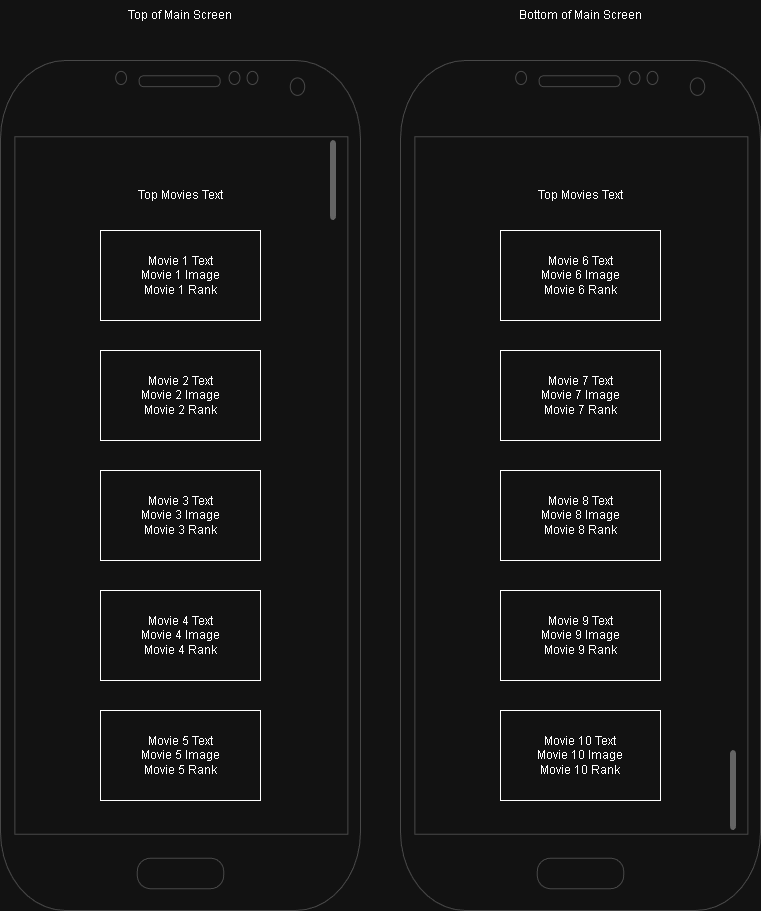
Before: Week 4/TopMovies/docs/Top10Movies.drawio.png, a diagram exported from draw.io (wantabe/IST236_2026). Source tidied: cells renumbered, new cells last; positions are measured from the earlier drawing's top-left corner, leaving out a move shared by most shapes. Its diagram source:
```xml
<mxGraphModel>
  <root>
    <mxCell id="0" />
    <mxCell id="1" parent="0" />
    <mxCell id="2" style="verticalLabelPosition=bottom;verticalAlign=top;html=1;shadow=0;dashed=0;strokeWidth=1;shape=mxgraph.android.phone2;strokeColor=#c0c0c0;" parent="1" vertex="1">
      <mxGeometry y="60" width="360" height="850" as="geometry" />
    </mxCell>
    <mxCell id="3" style="html=1;verticalLabelPosition=bottom;labelBackgroundColor=#ffffff;verticalAlign=top;shadow=0;dashed=0;strokeWidth=2;shape=mxgraph.ios7.misc.scroll_(vertical);fillColor=#a0a0a0;" parent="1" vertex="1">
      <mxGeometry x="330" y="140" width="6" height="80" as="geometry" />
    </mxCell>
    <mxCell id="4" value="Top Movies Text" style="text;html=1;whiteSpace=wrap;strokeColor=none;fillColor=none;align=center;verticalAlign=middle;rounded=0;" parent="1" vertex="1">
      <mxGeometry x="125" y="180" width="110" height="30" as="geometry" />
    </mxCell>
    <mxCell id="5" value="Top of Main Screen" style="text;html=1;whiteSpace=wrap;strokeColor=none;fillColor=none;align=center;verticalAlign=middle;rounded=0;" parent="1" vertex="1">
      <mxGeometry x="120" width="120" height="30" as="geometry" />
    </mxCell>
    <mxCell id="6" value="Movie 1 Text&lt;div&gt;Movie 1 Image&lt;/div&gt;&lt;div&gt;Movie 1 Rank&lt;/div&gt;" style="rounded=0;whiteSpace=wrap;html=1;" parent="1" vertex="1">
      <mxGeometry x="100" y="230" width="160" height="90" as="geometry" />
    </mxCell>
    <mxCell id="7" value="Movie 2 Text&lt;div&gt;Movie 2 Image&lt;/div&gt;&lt;div&gt;Movie 2 Rank&lt;/div&gt;" style="rounded=0;whiteSpace=wrap;html=1;" parent="1" vertex="1">
      <mxGeometry x="100" y="350" width="160" height="90" as="geometry" />
    </mxCell>
    <mxCell id="8" value="Movie 3 Text&lt;div&gt;Movie 3 Image&lt;/div&gt;&lt;div&gt;Movie 3 Rank&lt;/div&gt;" style="rounded=0;whiteSpace=wrap;html=1;" parent="1" vertex="1">
      <mxGeometry x="100" y="470" width="160" height="90" as="geometry" />
    </mxCell>
    <mxCell id="9" value="Movie 4 Text&lt;div&gt;Movie 4 Image&lt;/div&gt;&lt;div&gt;Movie 4 Rank&lt;/div&gt;" style="rounded=0;whiteSpace=wrap;html=1;" parent="1" vertex="1">
      <mxGeometry x="100" y="590" width="160" height="90" as="geometry" />
    </mxCell>
    <mxCell id="10" value="Movie 5 Text&lt;div&gt;Movie 5 Image&lt;/div&gt;&lt;div&gt;Movie 5 Rank&lt;/div&gt;" style="rounded=0;whiteSpace=wrap;html=1;" parent="1" vertex="1">
      <mxGeometry x="100" y="710" width="160" height="90" as="geometry" />
    </mxCell>
    <mxCell id="11" style="verticalLabelPosition=bottom;verticalAlign=top;html=1;shadow=0;dashed=0;strokeWidth=1;shape=mxgraph.android.phone2;strokeColor=#c0c0c0;" parent="1" vertex="1">
      <mxGeometry x="400" y="60" width="360" height="850" as="geometry" />
    </mxCell>
    <mxCell id="12" style="html=1;verticalLabelPosition=bottom;labelBackgroundColor=#ffffff;verticalAlign=top;shadow=0;dashed=0;strokeWidth=2;shape=mxgraph.ios7.misc.scroll_(vertical);fillColor=#a0a0a0;" parent="1" vertex="1">
      <mxGeometry x="730" y="750" width="6" height="80" as="geometry" />
    </mxCell>
    <mxCell id="13" value="Top Movies Text" style="text;html=1;whiteSpace=wrap;strokeColor=none;fillColor=none;align=center;verticalAlign=middle;rounded=0;" parent="1" vertex="1">
      <mxGeometry x="525" y="180" width="110" height="30" as="geometry" />
    </mxCell>
    <mxCell id="14" value="Bottom of Main Screen" style="text;html=1;whiteSpace=wrap;strokeColor=none;fillColor=none;align=center;verticalAlign=middle;rounded=0;" parent="1" vertex="1">
      <mxGeometry x="505" width="150" height="30" as="geometry" />
    </mxCell>
    <mxCell id="15" value="Movie 6 Text&lt;div&gt;Movie 6 Image&lt;/div&gt;&lt;div&gt;Movie 6 Rank&lt;/div&gt;" style="rounded=0;whiteSpace=wrap;html=1;" parent="1" vertex="1">
      <mxGeometry x="500" y="230" width="160" height="90" as="geometry" />
    </mxCell>
    <mxCell id="16" value="Movie 7 Text&lt;div&gt;Movie 7 Image&lt;/div&gt;&lt;div&gt;Movie 7 Rank&lt;/div&gt;" style="rounded=0;whiteSpace=wrap;html=1;" parent="1" vertex="1">
      <mxGeometry x="500" y="350" width="160" height="90" as="geometry" />
    </mxCell>
    <mxCell id="17" value="Movie 8 Text&lt;div&gt;Movie 8 Image&lt;/div&gt;&lt;div&gt;Movie 8 Rank&lt;/div&gt;" style="rounded=0;whiteSpace=wrap;html=1;" parent="1" vertex="1">
      <mxGeometry x="500" y="470" width="160" height="90" as="geometry" />
    </mxCell>
    <mxCell id="18" value="Movie 9 Text&lt;div&gt;Movie 9 Image&lt;/div&gt;&lt;div&gt;Movie 9 Rank&lt;/div&gt;" style="rounded=0;whiteSpace=wrap;html=1;" parent="1" vertex="1">
      <mxGeometry x="500" y="590" width="160" height="90" as="geometry" />
    </mxCell>
    <mxCell id="19" value="Movie 10 Text&lt;div&gt;Movie 10 Image&lt;/div&gt;&lt;div&gt;Movie 10 Rank&lt;/div&gt;" style="rounded=0;whiteSpace=wrap;html=1;" parent="1" vertex="1">
      <mxGeometry x="500" y="710" width="160" height="90" as="geometry" />
    </mxCell>
  </root>
</mxGraphModel>
```
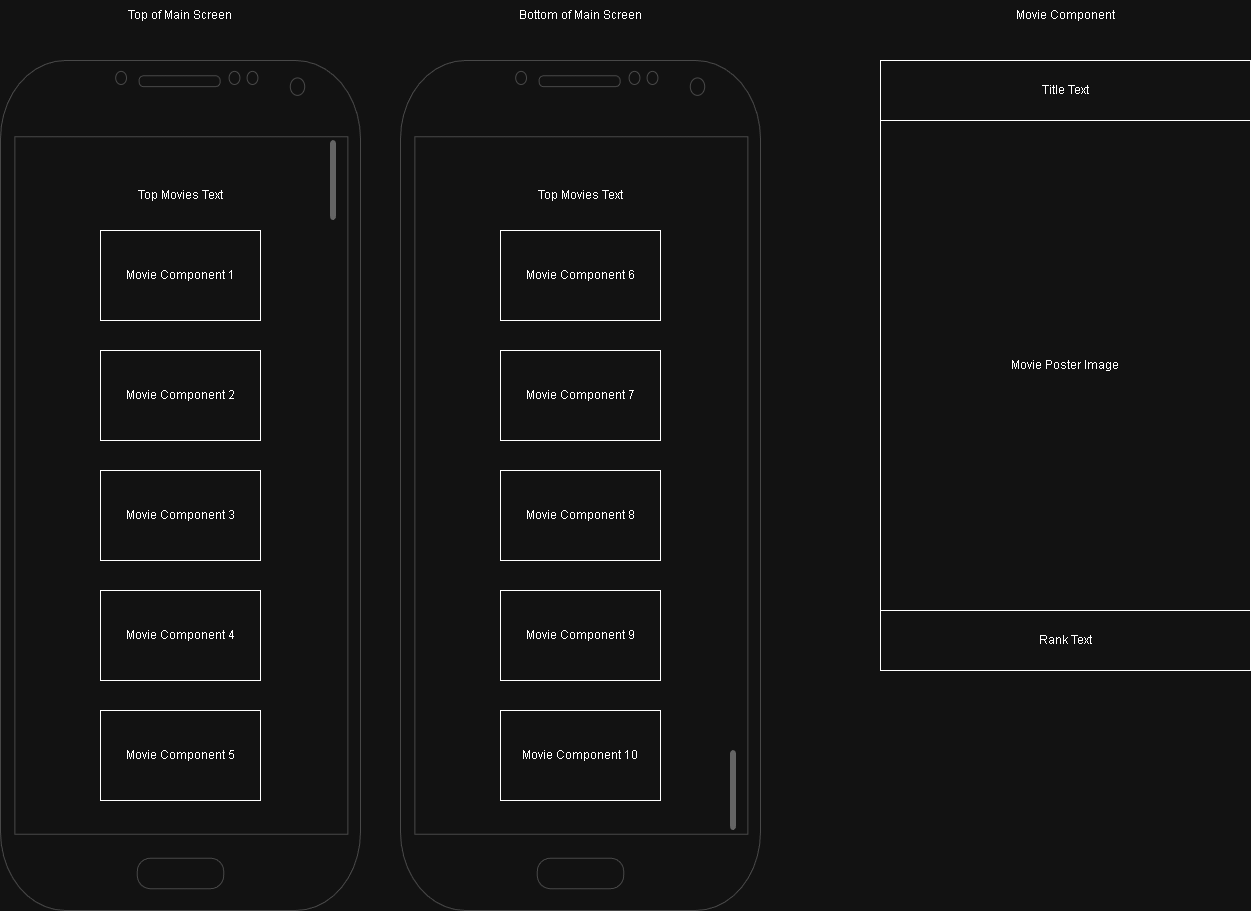
After the change.

Commit message:
Updated Top 10 Movies mockup

What changed in the source:
```diff
@@ -14,19 +14,19 @@
     <mxCell id="5" value="Top of Main Screen" style="text;html=1;whiteSpace=wrap;strokeColor=none;fillColor=none;align=center;verticalAlign=middle;rounded=0;" parent="1" vertex="1">
       <mxGeometry x="120" width="120" height="30" as="geometry" />
     </mxCell>
-    <mxCell id="6" value="Movie 1 Text&lt;div&gt;Movie 1 Image&lt;/div&gt;&lt;div&gt;Movie 1 Rank&lt;/div&gt;" style="rounded=0;whiteSpace=wrap;html=1;" parent="1" vertex="1">
+    <mxCell id="6" value="Movie Component 1" style="rounded=0;whiteSpace=wrap;html=1;" parent="1" vertex="1">
       <mxGeometry x="100" y="230" width="160" height="90" as="geometry" />
     </mxCell>
-    <mxCell id="7" value="Movie 2 Text&lt;div&gt;Movie 2 Image&lt;/div&gt;&lt;div&gt;Movie 2 Rank&lt;/div&gt;" style="rounded=0;whiteSpace=wrap;html=1;" parent="1" vertex="1">
+    <mxCell id="7" value="Movie Component 2" style="rounded=0;whiteSpace=wrap;html=1;" parent="1" vertex="1">
       <mxGeometry x="100" y="350" width="160" height="90" as="geometry" />
     </mxCell>
-    <mxCell id="8" value="Movie 3 Text&lt;div&gt;Movie 3 Image&lt;/div&gt;&lt;div&gt;Movie 3 Rank&lt;/div&gt;" style="rounded=0;whiteSpace=wrap;html=1;" parent="1" vertex="1">
+    <mxCell id="8" value="Movie Component 3" style="rounded=0;whiteSpace=wrap;html=1;" parent="1" vertex="1">
       <mxGeometry x="100" y="470" width="160" height="90" as="geometry" />
     </mxCell>
-    <mxCell id="9" value="Movie 4 Text&lt;div&gt;Movie 4 Image&lt;/div&gt;&lt;div&gt;Movie 4 Rank&lt;/div&gt;" style="rounded=0;whiteSpace=wrap;html=1;" parent="1" vertex="1">
+    <mxCell id="9" value="Movie Component 4" style="rounded=0;whiteSpace=wrap;html=1;" parent="1" vertex="1">
       <mxGeometry x="100" y="590" width="160" height="90" as="geometry" />
     </mxCell>
-    <mxCell id="10" value="Movie 5 Text&lt;div&gt;Movie 5 Image&lt;/div&gt;&lt;div&gt;Movie 5 Rank&lt;/div&gt;" style="rounded=0;whiteSpace=wrap;html=1;" parent="1" vertex="1">
+    <mxCell id="10" value="Movie Component 5" style="rounded=0;whiteSpace=wrap;html=1;" parent="1" vertex="1">
       <mxGeometry x="100" y="710" width="160" height="90" as="geometry" />
     </mxCell>
     <mxCell id="11" style="verticalLabelPosition=bottom;verticalAlign=top;html=1;shadow=0;dashed=0;strokeWidth=1;shape=mxgraph.android.phone2;strokeColor=#c0c0c0;" parent="1" vertex="1">
@@ -41,20 +41,35 @@
     <mxCell id="14" value="Bottom of Main Screen" style="text;html=1;whiteSpace=wrap;strokeColor=none;fillColor=none;align=center;verticalAlign=middle;rounded=0;" parent="1" vertex="1">
       <mxGeometry x="505" width="150" height="30" as="geometry" />
     </mxCell>
-    <mxCell id="15" value="Movie 6 Text&lt;div&gt;Movie 6 Image&lt;/div&gt;&lt;div&gt;Movie 6 Rank&lt;/div&gt;" style="rounded=0;whiteSpace=wrap;html=1;" parent="1" vertex="1">
+    <mxCell id="15" value="Movie Component 6" style="rounded=0;whiteSpace=wrap;html=1;" parent="1" vertex="1">
       <mxGeometry x="500" y="230" width="160" height="90" as="geometry" />
     </mxCell>
-    <mxCell id="16" value="Movie 7 Text&lt;div&gt;Movie 7 Image&lt;/div&gt;&lt;div&gt;Movie 7 Rank&lt;/div&gt;" style="rounded=0;whiteSpace=wrap;html=1;" parent="1" vertex="1">
+    <mxCell id="16" value="Movie Component 7" style="rounded=0;whiteSpace=wrap;html=1;" parent="1" vertex="1">
       <mxGeometry x="500" y="350" width="160" height="90" as="geometry" />
     </mxCell>
-    <mxCell id="17" value="Movie 8 Text&lt;div&gt;Movie 8 Image&lt;/div&gt;&lt;div&gt;Movie 8 Rank&lt;/div&gt;" style="rounded=0;whiteSpace=wrap;html=1;" parent="1" vertex="1">
+    <mxCell id="17" value="Movie Component 8" style="rounded=0;whiteSpace=wrap;html=1;" parent="1" vertex="1">
       <mxGeometry x="500" y="470" width="160" height="90" as="geometry" />
     </mxCell>
-    <mxCell id="18" value="Movie 9 Text&lt;div&gt;Movie 9 Image&lt;/div&gt;&lt;div&gt;Movie 9 Rank&lt;/div&gt;" style="rounded=0;whiteSpace=wrap;html=1;" parent="1" vertex="1">
+    <mxCell id="18" value="Movie Component 9" style="rounded=0;whiteSpace=wrap;html=1;" parent="1" vertex="1">
       <mxGeometry x="500" y="590" width="160" height="90" as="geometry" />
     </mxCell>
-    <mxCell id="19" value="Movie 10 Text&lt;div&gt;Movie 10 Image&lt;/div&gt;&lt;div&gt;Movie 10 Rank&lt;/div&gt;" style="rounded=0;whiteSpace=wrap;html=1;" parent="1" vertex="1">
+    <mxCell id="19" value="Movie Component 10" style="rounded=0;whiteSpace=wrap;html=1;" parent="1" vertex="1">
       <mxGeometry x="500" y="710" width="160" height="90" as="geometry" />
     </mxCell>
+    <mxCell id="20" style="rounded=0;whiteSpace=wrap;html=1;" parent="1" vertex="1">
+      <mxGeometry x="880" y="60" width="370" height="610" as="geometry" />
+    </mxCell>
+    <mxCell id="21" value="Movie Component" style="text;html=1;whiteSpace=wrap;strokeColor=none;fillColor=none;align=center;verticalAlign=middle;rounded=0;" parent="1" vertex="1">
+      <mxGeometry x="1007.5" width="115" height="30" as="geometry" />
+    </mxCell>
+    <mxCell id="22" value="Title Text" style="rounded=0;whiteSpace=wrap;html=1;" parent="1" vertex="1">
+      <mxGeometry x="880" y="60" width="370" height="60" as="geometry" />
+    </mxCell>
+    <mxCell id="23" value="Movie Poster Image" style="rounded=0;whiteSpace=wrap;html=1;" parent="1" vertex="1">
+      <mxGeometry x="880" y="120" width="370" height="490" as="geometry" />
+    </mxCell>
+    <mxCell id="24" value="Rank Text" style="rounded=0;whiteSpace=wrap;html=1;" parent="1" vertex="1">
+      <mxGeometry x="880" y="610" width="370" height="60" as="geometry" />
+    </mxCell>
   </root>
 </mxGraphModel>
```
